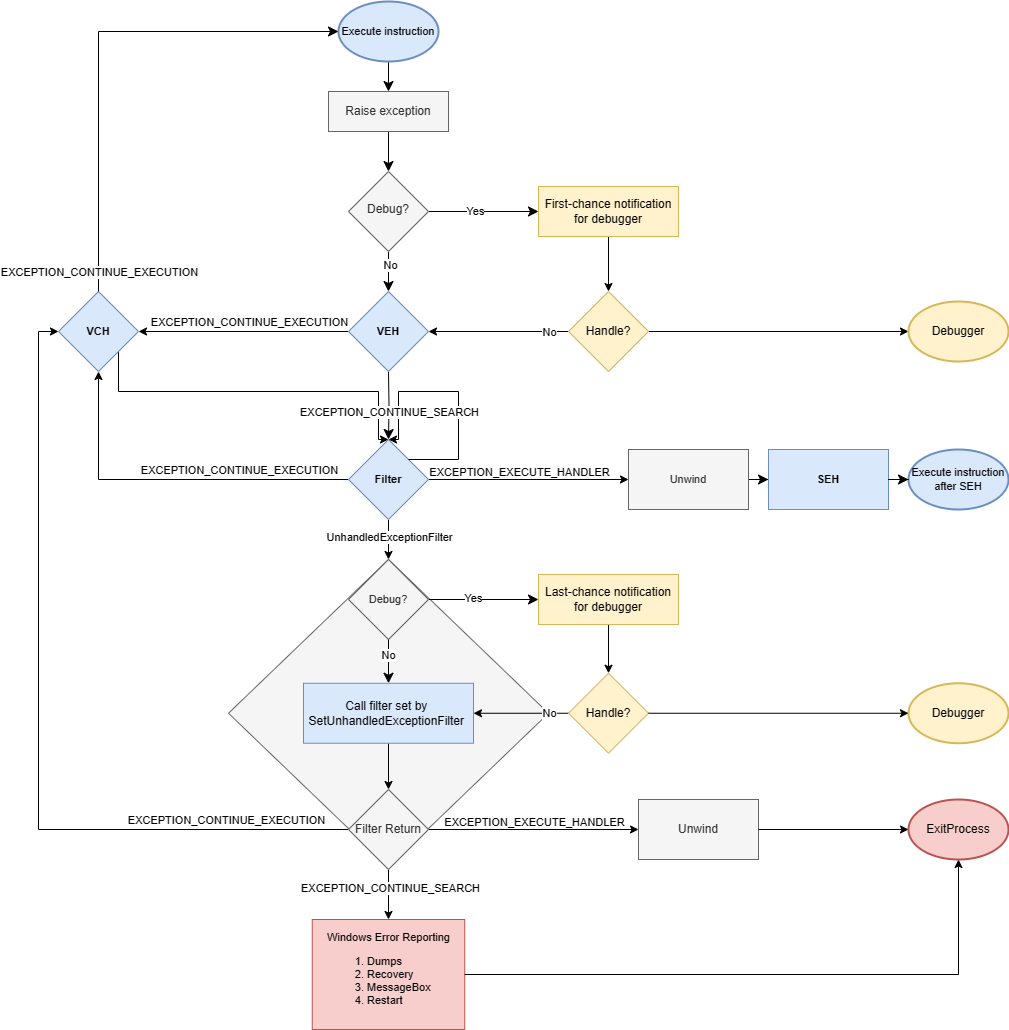
Above: images/seh.png in mrbeardad/SeeCheatSheets (draw.io), before the change. Source tidied: cells renumbered, new cells last; positions are measured from the earlier drawing's top-left corner, leaving out a move shared by most shapes.
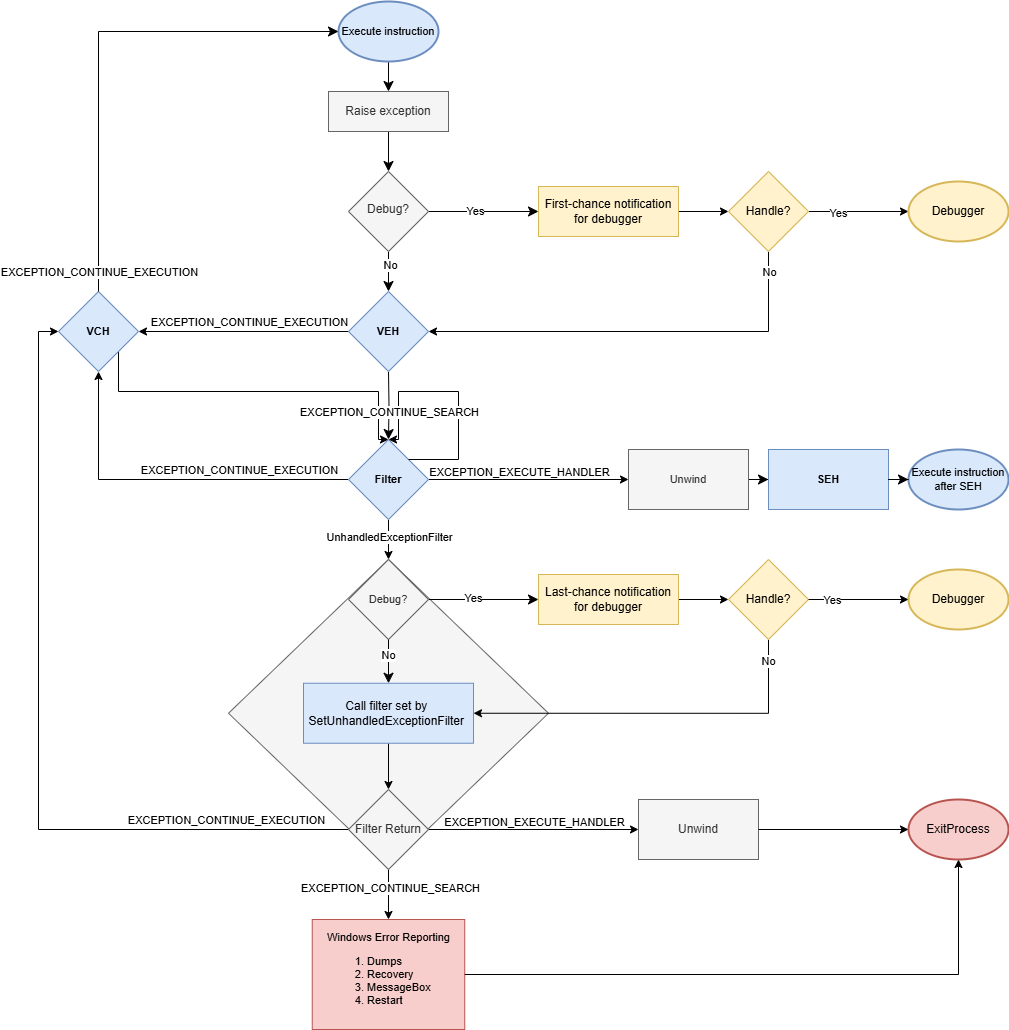
The same file after the commit.

The edit, as a diff of the source:
```diff
@@ -34,7 +34,7 @@
     <mxCell id="11" value="Debug?" style="rhombus;whiteSpace=wrap;html=1;shadow=0;fontFamily=Helvetica;fontSize=12;align=center;strokeWidth=1;spacing=6;spacingTop=-4;fillColor=#f5f5f5;strokeColor=#666666;fontColor=#333333;" parent="1" vertex="1">
       <mxGeometry x="290" y="170" width="80" height="80" as="geometry" />
     </mxCell>
-    <mxCell id="12" style="edgeStyle=orthogonalEdgeStyle;rounded=0;jettySize=auto;html=1;entryX=0.5;entryY=0;entryDx=0;entryDy=0;" parent="1" edge="1" source="13" target="48">
+    <mxCell id="12" style="edgeStyle=orthogonalEdgeStyle;rounded=0;jettySize=auto;html=1;entryX=0;entryY=0.5;entryDx=0;entryDy=0;" parent="1" edge="1" source="13" target="48">
       <mxGeometry relative="1" as="geometry" />
     </mxCell>
     <mxCell id="13" value="First-chance notification for debugger" style="rounded=0;whiteSpace=wrap;html=1;fontSize=12;glass=0;strokeWidth=1;shadow=0;fillColor=#fff2cc;strokeColor=#d6b656;" parent="1" vertex="1">
@@ -72,7 +72,7 @@
     <mxCell id="21" value="&lt;b&gt;Filter&lt;/b&gt;" style="rhombus;whiteSpace=wrap;html=1;fontFamily=Helvetica;fontSize=11;labelBackgroundColor=none;fillColor=#dae8fc;strokeColor=#6c8ebf;" parent="1" vertex="1">
       <mxGeometry x="290" y="438" width="80" height="80" as="geometry" />
     </mxCell>
-    <mxCell id="22" style="edgeStyle=orthogonalEdgeStyle;rounded=0;jettySize=auto;html=1;entryX=0.5;entryY=0;entryDx=0;entryDy=0;" parent="1" edge="1" source="23" target="51">
+    <mxCell id="22" style="edgeStyle=orthogonalEdgeStyle;rounded=0;jettySize=auto;html=1;entryX=0;entryY=0.5;entryDx=0;entryDy=0;" parent="1" edge="1" source="23" target="51">
       <mxGeometry relative="1" as="geometry" />
     </mxCell>
     <mxCell id="23" value="Last-chance notification for debugger" style="rounded=0;whiteSpace=wrap;html=1;fontSize=12;glass=0;strokeWidth=1;shadow=0;fillColor=#fff2cc;strokeColor=#d6b656;" parent="1" vertex="1">
@@ -159,30 +159,33 @@
     <mxCell id="44" value="ExitProcess" style="strokeWidth=2;html=1;shape=mxgraph.flowchart.start_1;whiteSpace=wrap;fillColor=#f8cecc;strokeColor=#b85450;" parent="1" vertex="1">
       <mxGeometry x="850" y="798" width="100" height="60" as="geometry" />
     </mxCell>
-    <mxCell id="45" style="edgeStyle=orthogonalEdgeStyle;rounded=0;jettySize=auto;html=1;entryX=1;entryY=0.5;entryDx=0;entryDy=0;" parent="1" edge="1" source="48" target="42">
+    <mxCell id="45" style="edgeStyle=orthogonalEdgeStyle;rounded=0;jettySize=auto;html=1;entryX=1;entryY=0.5;entryDx=0;entryDy=0;exitX=0.5;exitY=1;exitDx=0;exitDy=0;" parent="1" edge="1" source="48" target="42">
       <mxGeometry relative="1" as="geometry" />
     </mxCell>
     <mxCell id="46" value="No" style="edgeLabel;html=1;align=center;verticalAlign=middle;" parent="45" vertex="1">
       <mxGeometry x="-0.06" y="-1" relative="1" as="geometry">
-        <mxPoint x="46" y="1" as="offset" />
+        <mxPoint x="118" y="-59" as="offset" />
       </mxGeometry>
     </mxCell>
     <mxCell id="47" style="edgeStyle=orthogonalEdgeStyle;rounded=0;jettySize=auto;html=1;entryX=0;entryY=0.5;entryDx=0;entryDy=0;entryPerimeter=0;" parent="1" edge="1" source="48" target="62">
       <mxGeometry relative="1" as="geometry" />
     </mxCell>
+    <mxCell id="67" value="Yes" style="edgeLabel;html=1;align=center;verticalAlign=middle;" parent="47" vertex="1">
+      <mxGeometry x="-0.43" y="-1" relative="1" as="geometry" />
+    </mxCell>
     <mxCell id="48" value="Handle?" style="rhombus;whiteSpace=wrap;html=1;fillColor=#fff2cc;strokeColor=#d6b656;" parent="1" vertex="1">
-      <mxGeometry x="510" y="290" width="80" height="80" as="geometry" />
+      <mxGeometry x="670" y="170" width="80" height="80" as="geometry" />
     </mxCell>
-    <mxCell id="49" style="edgeStyle=orthogonalEdgeStyle;rounded=0;jettySize=auto;html=1;entryX=1;entryY=0.5;entryDx=0;entryDy=0;" parent="1" edge="1" source="51" target="53">
+    <mxCell id="49" style="edgeStyle=orthogonalEdgeStyle;rounded=0;jettySize=auto;html=1;entryX=1;entryY=0.5;entryDx=0;entryDy=0;exitX=0.5;exitY=1;exitDx=0;exitDy=0;" parent="1" edge="1" source="51" target="53">
       <mxGeometry relative="1" as="geometry" />
     </mxCell>
     <mxCell id="50" value="No" style="edgeLabel;html=1;align=center;verticalAlign=middle;" parent="49" vertex="1">
       <mxGeometry x="-0.12" relative="1" as="geometry">
-        <mxPoint x="22" as="offset" />
+        <mxPoint x="89" y="-52" as="offset" />
       </mxGeometry>
     </mxCell>
     <mxCell id="51" value="Handle?" style="rhombus;whiteSpace=wrap;html=1;fillColor=#fff2cc;strokeColor=#d6b656;" parent="1" vertex="1">
-      <mxGeometry x="510" y="671.8" width="80" height="80" as="geometry" />
+      <mxGeometry x="670" y="558" width="80" height="80" as="geometry" />
     </mxCell>
     <mxCell id="52" style="edgeStyle=orthogonalEdgeStyle;rounded=0;jettySize=auto;html=1;" parent="1" edge="1" source="53" target="60">
       <mxGeometry relative="1" as="geometry" />
@@ -219,14 +222,19 @@
       <mxGeometry relative="1" as="geometry" />
     </mxCell>
     <mxCell id="62" value="Debugger" style="strokeWidth=2;html=1;shape=mxgraph.flowchart.start_1;whiteSpace=wrap;fillColor=#fff2cc;strokeColor=#d6b656;" parent="1" vertex="1">
-      <mxGeometry x="850" y="300" width="100" height="60" as="geometry" />
+      <mxGeometry x="850" y="180" width="100" height="60" as="geometry" />
     </mxCell>
     <mxCell id="63" value="Debugger" style="strokeWidth=2;html=1;shape=mxgraph.flowchart.start_1;whiteSpace=wrap;fillColor=#fff2cc;strokeColor=#d6b656;" parent="1" vertex="1">
-      <mxGeometry x="850" y="681.8" width="100" height="60" as="geometry" />
+      <mxGeometry x="850" y="568" width="100" height="60" as="geometry" />
     </mxCell>
     <mxCell id="64" style="edgeStyle=orthogonalEdgeStyle;rounded=0;jettySize=auto;html=1;entryX=0;entryY=0.5;entryDx=0;entryDy=0;entryPerimeter=0;" parent="1" edge="1" source="51" target="63">
       <mxGeometry relative="1" as="geometry" />
     </mxCell>
+    <mxCell id="68" value="Yes" style="edgeLabel;html=1;align=center;verticalAlign=middle;" parent="64" vertex="1">
+      <mxGeometry x="-0.61" relative="1" as="geometry">
+        <mxPoint x="3" as="offset" />
+      </mxGeometry>
+    </mxCell>
     <mxCell id="65" style="edgeStyle=orthogonalEdgeStyle;rounded=0;orthogonalLoop=1;jettySize=auto;html=1;exitX=1;exitY=0;exitDx=0;exitDy=0;entryX=0.5;entryY=0;entryDx=0;entryDy=0;" parent="1" edge="1" source="21" target="21">
       <mxGeometry relative="1" as="geometry">
         <Array as="points">
```
